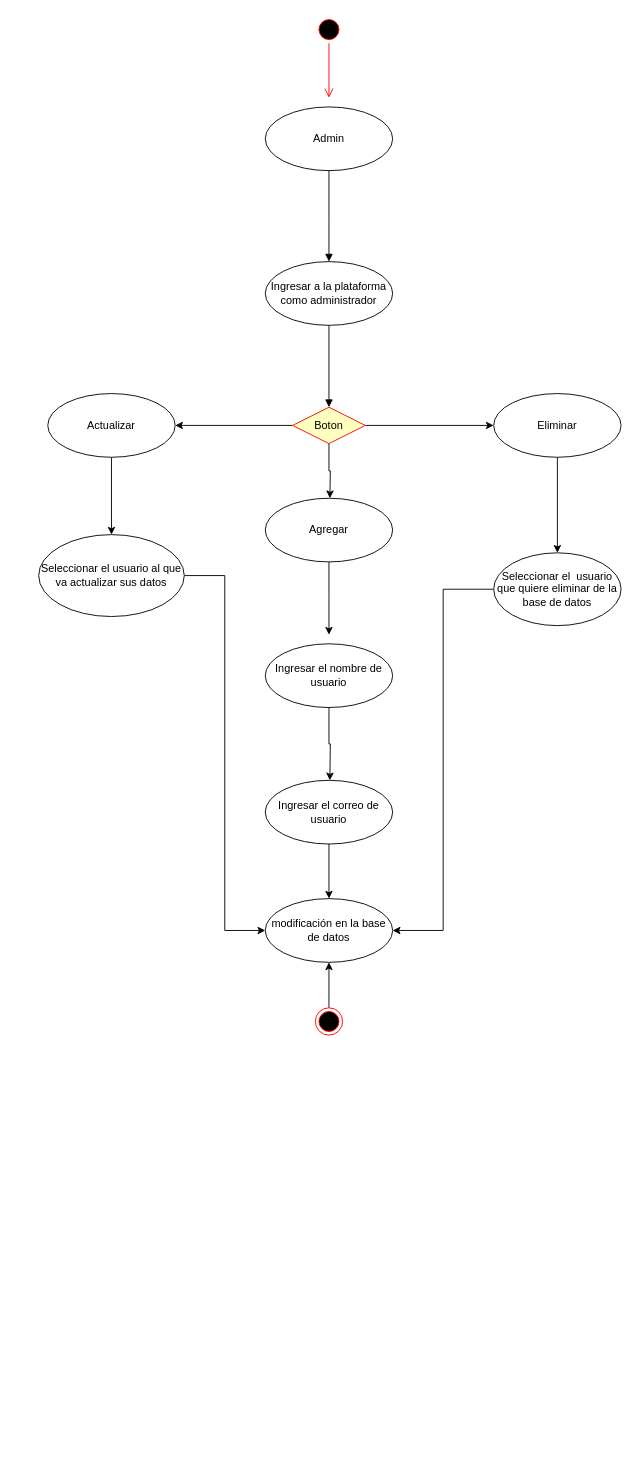
mateo1761/viernes11 keeps this draw.io diagram as Producto.drawio. Above is the earlier version. Source tidied: cells renumbered, new cells numbered last; positions are measured from the earlier drawing's top-left corner, leaving out a move shared by most shapes. Both pictures are drawn from the tidied source at 91%, with x=0, y=0 at pixel (38, 15).
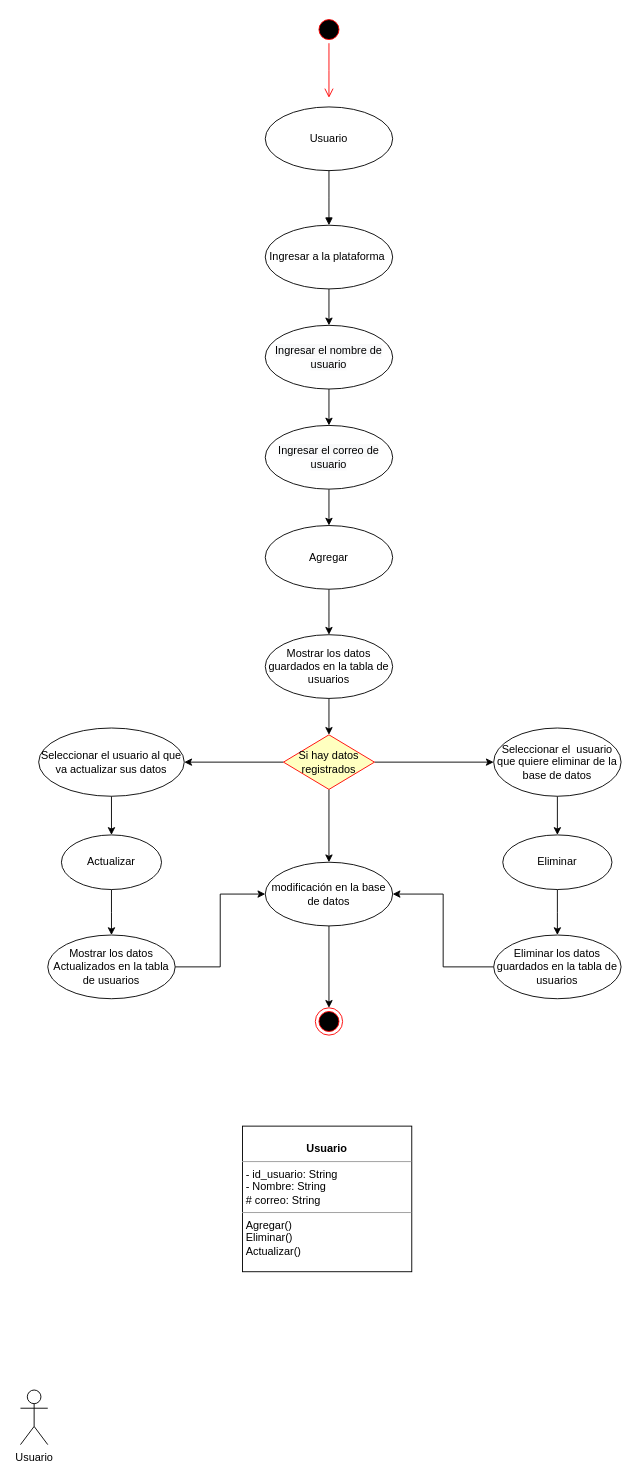
The same diagram, later.

Change to the diagram source:
```diff
@@
-    <mxCell id="4" value="Admin" style="ellipse;whiteSpace=wrap;html=1;" parent="1" vertex="1">
+    <mxCell id="4" value="Usuario" style="ellipse;whiteSpace=wrap;html=1;" parent="1" vertex="1">
       <mxGeometry x="249" y="100" width="140" height="70" as="geometry" />
     </mxCell>
     <mxCell id="5" value="&lt;br&gt;" style="html=1;verticalAlign=bottom;endArrow=block;rounded=0;edgeStyle=orthogonalEdgeStyle;exitX=0.5;exitY=1;exitDx=0;exitDy=0;" parent="1" edge="1" source="4">
       <mxGeometry relative="1" as="geometry">
-        <mxPoint x="319" y="270" as="targetPoint" />
+        <mxPoint x="319" y="230" as="targetPoint" />
       </mxGeometry>
     </mxCell>
+    <mxCell id="29" style="edgeStyle=orthogonalEdgeStyle;rounded=0;jettySize=auto;html=1;" parent="1" edge="1" source="6" target="19">
+      <mxGeometry relative="1" as="geometry" />
+    </mxCell>
-    <mxCell id="6" value="Ingresar a la plataforma como administrador" style="ellipse;whiteSpace=wrap;html=1;" parent="1" vertex="1">
-      <mxGeometry x="249" y="270" width="140" height="70" as="geometry" />
+    <mxCell id="6" value="Ingresar a la plataforma&amp;nbsp;" style="ellipse;whiteSpace=wrap;html=1;" parent="1" vertex="1">
+      <mxGeometry x="249" y="230" width="140" height="70" as="geometry" />
     </mxCell>
-    <mxCell id="7" value="&lt;br&gt;" style="html=1;verticalAlign=bottom;endArrow=block;rounded=0;edgeStyle=orthogonalEdgeStyle;exitX=0.5;exitY=1;exitDx=0;exitDy=0;" parent="1" edge="1" source="6">
-      <mxGeometry relative="1" as="geometry">
-        <mxPoint x="319" y="430" as="targetPoint" />
-        <Array as="points">
-          <mxPoint x="319" y="420" />
-        </Array>
-      </mxGeometry>
-    </mxCell>
+    <mxCell id="9" style="edgeStyle=orthogonalEdgeStyle;rounded=0;jettySize=auto;html=1;entryX=0;entryY=0.5;entryDx=0;entryDy=0;" parent="1" edge="1" source="11" target="13">
+      <mxGeometry relative="1" as="geometry" />
+    </mxCell>
-    <mxCell id="8" style="edgeStyle=orthogonalEdgeStyle;rounded=0;jettySize=auto;html=1;exitX=0;exitY=0.5;exitDx=0;exitDy=0;entryX=1;entryY=0.5;entryDx=0;entryDy=0;" parent="1" edge="1" source="11" target="17">
+    <mxCell id="8" style="edgeStyle=orthogonalEdgeStyle;rounded=0;jettySize=auto;html=1;entryX=1;entryY=0.5;entryDx=0;entryDy=0;" parent="1" edge="1" source="11" target="17">
       <mxGeometry relative="1" as="geometry" />
     </mxCell>
-    <mxCell id="9" style="edgeStyle=orthogonalEdgeStyle;rounded=0;jettySize=auto;html=1;exitX=1;exitY=0.5;exitDx=0;exitDy=0;entryX=0;entryY=0.5;entryDx=0;entryDy=0;" parent="1" edge="1" source="11" target="13">
-      <mxGeometry relative="1" as="geometry" />
-    </mxCell>
-    <mxCell id="10" style="edgeStyle=orthogonalEdgeStyle;rounded=0;jettySize=auto;html=1;exitX=0.5;exitY=1;exitDx=0;exitDy=0;" parent="1" edge="1" source="11">
-      <mxGeometry relative="1" as="geometry">
-        <mxPoint x="320" y="530" as="targetPoint" />
-      </mxGeometry>
-    </mxCell>
+    <mxCell id="30" style="edgeStyle=orthogonalEdgeStyle;rounded=0;jettySize=auto;html=1;" parent="1" edge="1" source="11" target="24">
+      <mxGeometry relative="1" as="geometry" />
+    </mxCell>
-    <mxCell id="11" value="Boton&lt;br&gt;" style="rhombus;whiteSpace=wrap;html=1;fillColor=#ffffc0;strokeColor=#ff0000;" parent="1" vertex="1">
-      <mxGeometry x="279" y="430" width="80" height="40" as="geometry" />
+    <mxCell id="11" value="Si hay datos registrados&lt;br&gt;" style="rhombus;whiteSpace=wrap;html=1;fillColor=#ffffc0;strokeColor=#ff0000;" parent="1" vertex="1">
+      <mxGeometry x="269" y="790" width="100" height="60" as="geometry" />
     </mxCell>
-    <mxCell id="12" style="edgeStyle=orthogonalEdgeStyle;rounded=0;jettySize=auto;html=1;" parent="1" edge="1" source="13">
-      <mxGeometry relative="1" as="geometry">
-        <mxPoint x="570" y="590" as="targetPoint" />
-      </mxGeometry>
-    </mxCell>
+    <mxCell id="31" style="edgeStyle=orthogonalEdgeStyle;rounded=0;jettySize=auto;html=1;entryX=0.5;entryY=0;entryDx=0;entryDy=0;" parent="1" edge="1" source="13" target="21">
+      <mxGeometry relative="1" as="geometry" />
+    </mxCell>
-    <mxCell id="13" value="Eliminar" style="ellipse;whiteSpace=wrap;html=1;" parent="1" vertex="1">
-      <mxGeometry x="500" y="415" width="140" height="70" as="geometry" />
+    <mxCell id="13" value="&lt;span&gt;Seleccionar el&amp;nbsp; usuario que quiere eliminar de la base de datos&lt;/span&gt;" style="ellipse;whiteSpace=wrap;html=1;" parent="1" vertex="1">
+      <mxGeometry x="500" y="782.5" width="140" height="75" as="geometry" />
     </mxCell>
-    <mxCell id="14" style="edgeStyle=orthogonalEdgeStyle;rounded=0;jettySize=auto;html=1;exitX=0.5;exitY=1;exitDx=0;exitDy=0;" parent="1" edge="1" source="15">
-      <mxGeometry relative="1" as="geometry">
-        <mxPoint x="319" y="680" as="targetPoint" />
-      </mxGeometry>
-    </mxCell>
-    <mxCell id="15" value="Agregar" style="ellipse;whiteSpace=wrap;html=1;" parent="1" vertex="1">
-      <mxGeometry x="249" y="530" width="140" height="70" as="geometry" />
-    </mxCell>
@@
-    <mxCell id="17" value="Actualizar" style="ellipse;whiteSpace=wrap;html=1;" parent="1" vertex="1">
-      <mxGeometry x="10" y="415" width="140" height="70" as="geometry" />
+    <mxCell id="17" value="&lt;span&gt;Seleccionar el usuario al que va actualizar sus datos&lt;/span&gt;" style="ellipse;whiteSpace=wrap;html=1;" parent="1" vertex="1">
+      <mxGeometry y="782.5" width="160" height="75" as="geometry" />
     </mxCell>
-    <mxCell id="18" style="edgeStyle=orthogonalEdgeStyle;rounded=0;jettySize=auto;html=1;" parent="1" edge="1" source="19">
-      <mxGeometry relative="1" as="geometry">
-        <mxPoint x="320" y="840" as="targetPoint" />
-      </mxGeometry>
-    </mxCell>
+    <mxCell id="32" style="edgeStyle=orthogonalEdgeStyle;rounded=0;jettySize=auto;html=1;" parent="1" edge="1" source="21">
+      <mxGeometry relative="1" as="geometry">
+        <mxPoint x="570" y="1010" as="targetPoint" />
+      </mxGeometry>
+    </mxCell>
+    <mxCell id="21" value="Eliminar" style="ellipse;whiteSpace=wrap;html=1;" parent="1" vertex="1">
+      <mxGeometry x="510" y="900" width="120" height="60" as="geometry" />
+    </mxCell>
+    <mxCell id="33" style="edgeStyle=orthogonalEdgeStyle;rounded=0;jettySize=auto;html=1;" parent="1" edge="1" source="23">
+      <mxGeometry relative="1" as="geometry">
+        <mxPoint x="80" y="1010" as="targetPoint" />
+      </mxGeometry>
+    </mxCell>
+    <mxCell id="23" value="Actualizar" style="ellipse;whiteSpace=wrap;html=1;" parent="1" vertex="1">
+      <mxGeometry x="25" y="900" width="110" height="60" as="geometry" />
+    </mxCell>
+    <mxCell id="34" style="edgeStyle=orthogonalEdgeStyle;rounded=0;jettySize=auto;html=1;entryX=0.5;entryY=0;entryDx=0;entryDy=0;" parent="1" edge="1" source="24" target="28">
+      <mxGeometry relative="1" as="geometry" />
+    </mxCell>
+    <mxCell id="24" value="modificación en la base de datos" style="ellipse;whiteSpace=wrap;html=1;" parent="1" vertex="1">
+      <mxGeometry x="249" y="930" width="140" height="70" as="geometry" />
+    </mxCell>
+    <mxCell id="28" style="ellipse;html=1;shape=endState;fillColor=#000000;strokeColor=#ff0000;" parent="1" vertex="1">
+      <mxGeometry x="304" y="1090" width="30" height="30" as="geometry" />
+    </mxCell>
+    <mxCell id="35" value="&lt;p style=&quot;margin: 0px ; margin-top: 4px ; text-align: center&quot;&gt;&lt;br&gt;&lt;b&gt;Usuario&lt;/b&gt;&lt;/p&gt;&lt;hr size=&quot;1&quot;&gt;&lt;p style=&quot;margin: 0px ; margin-left: 4px&quot;&gt;- id_usuario: String&lt;br&gt;- Nombre: String&lt;/p&gt;&lt;p style=&quot;margin: 0px ; margin-left: 4px&quot;&gt;# correo: String&lt;/p&gt;&lt;hr size=&quot;1&quot;&gt;&lt;p style=&quot;margin: 0px ; margin-left: 4px&quot;&gt;Agregar()&lt;br&gt;Eliminar()&lt;/p&gt;&lt;p style=&quot;margin: 0px ; margin-left: 4px&quot;&gt;Actualizar()&lt;/p&gt;" style="verticalAlign=top;align=left;overflow=fill;fontSize=12;fontFamily=Helvetica;html=1;" parent="1" vertex="1">
+      <mxGeometry x="224" y="1220" width="186" height="160" as="geometry" />
+    </mxCell>
+    <mxCell id="36" value="Usuario&lt;br&gt;" style="shape=umlActor;verticalLabelPosition=bottom;verticalAlign=top;html=1;" parent="1" vertex="1">
+      <mxGeometry x="-20" y="1510" width="30" height="60" as="geometry" />
+    </mxCell>
+    <mxCell id="37" style="edgeStyle=orthogonalEdgeStyle;rounded=0;jettySize=auto;html=1;entryX=0.5;entryY=0;entryDx=0;entryDy=0;" parent="1" edge="1" source="19" target="26">
+      <mxGeometry relative="1" as="geometry" />
+    </mxCell>
-    <mxCell id="19" value="Ingresar el nombre de usuario" style="ellipse;whiteSpace=wrap;html=1;" parent="1" vertex="1">
-      <mxGeometry x="249" y="690" width="140" height="70" as="geometry" />
+    <mxCell id="19" value="&#10;&#10;&lt;span style=&quot;color: rgb(0, 0, 0); font-family: helvetica; font-size: 12px; font-style: normal; font-weight: 400; letter-spacing: normal; text-align: center; text-indent: 0px; text-transform: none; word-spacing: 0px; background-color: rgb(248, 249, 250); display: inline; float: none;&quot;&gt;Ingresar el nombre de usuario&lt;/span&gt;&#10;&#10;" style="ellipse;whiteSpace=wrap;html=1;" parent="1" vertex="1">
+      <mxGeometry x="249" y="340" width="140" height="70" as="geometry" />
     </mxCell>
-    <mxCell id="20" style="edgeStyle=orthogonalEdgeStyle;rounded=0;jettySize=auto;html=1;entryX=1;entryY=0.5;entryDx=0;entryDy=0;" parent="1" edge="1" source="21" target="24">
-      <mxGeometry relative="1" as="geometry" />
-    </mxCell>
-    <mxCell id="21" value="Seleccionar el&amp;nbsp; usuario que quiere eliminar de la base de datos" style="ellipse;whiteSpace=wrap;html=1;" parent="1" vertex="1">
-      <mxGeometry x="500" y="590" width="140" height="80" as="geometry" />
-    </mxCell>
-    <mxCell id="22" style="edgeStyle=orthogonalEdgeStyle;rounded=0;jettySize=auto;html=1;entryX=0;entryY=0.5;entryDx=0;entryDy=0;" parent="1" edge="1" source="23" target="24">
-      <mxGeometry relative="1" as="geometry" />
-    </mxCell>
-    <mxCell id="23" value="Seleccionar el usuario al que va actualizar sus datos" style="ellipse;whiteSpace=wrap;html=1;" parent="1" vertex="1">
-      <mxGeometry y="570" width="160" height="90" as="geometry" />
-    </mxCell>
-    <mxCell id="24" value="modificación en la base de datos" style="ellipse;whiteSpace=wrap;html=1;" parent="1" vertex="1">
-      <mxGeometry x="249" y="970" width="140" height="70" as="geometry" />
-    </mxCell>
-    <mxCell id="25" style="edgeStyle=orthogonalEdgeStyle;rounded=0;jettySize=auto;html=1;entryX=0.5;entryY=0;entryDx=0;entryDy=0;" parent="1" edge="1" source="26" target="24">
-      <mxGeometry relative="1" as="geometry" />
-    </mxCell>
+    <mxCell id="38" style="edgeStyle=orthogonalEdgeStyle;rounded=0;jettySize=auto;html=1;entryX=0.5;entryY=0;entryDx=0;entryDy=0;" parent="1" edge="1" source="26" target="15">
+      <mxGeometry relative="1" as="geometry" />
+    </mxCell>
-    <mxCell id="26" value="Ingresar el correo de usuario" style="ellipse;whiteSpace=wrap;html=1;" parent="1" vertex="1">
-      <mxGeometry x="249" y="840" width="140" height="70" as="geometry" />
+    <mxCell id="26" value="&#10;&#10;&lt;span style=&quot;color: rgb(0, 0, 0); font-family: helvetica; font-size: 12px; font-style: normal; font-weight: 400; letter-spacing: normal; text-align: center; text-indent: 0px; text-transform: none; word-spacing: 0px; background-color: rgb(248, 249, 250); display: inline; float: none;&quot;&gt;Ingresar el correo de usuario&lt;/span&gt;&#10;&#10;" style="ellipse;whiteSpace=wrap;html=1;" parent="1" vertex="1">
+      <mxGeometry x="249" y="450" width="140" height="70" as="geometry" />
     </mxCell>
-    <mxCell id="27" style="edgeStyle=orthogonalEdgeStyle;rounded=0;jettySize=auto;html=1;entryX=0.5;entryY=1;entryDx=0;entryDy=0;" parent="1" edge="1" source="28" target="24">
-      <mxGeometry relative="1" as="geometry" />
-    </mxCell>
-    <mxCell id="28" style="ellipse;html=1;shape=endState;fillColor=#000000;strokeColor=#ff0000;" parent="1" vertex="1">
-      <mxGeometry x="304" y="1090" width="30" height="30" as="geometry" />
-    </mxCell>
+    <mxCell id="39" style="edgeStyle=orthogonalEdgeStyle;rounded=0;jettySize=auto;html=1;" parent="1" edge="1" source="15">
+      <mxGeometry relative="1" as="geometry">
+        <mxPoint x="319" y="680" as="targetPoint" />
+      </mxGeometry>
+    </mxCell>
+    <mxCell id="15" value="Agregar" style="ellipse;whiteSpace=wrap;html=1;" parent="1" vertex="1">
+      <mxGeometry x="249" y="560" width="140" height="70" as="geometry" />
+    </mxCell>
+    <mxCell id="40" style="edgeStyle=orthogonalEdgeStyle;rounded=0;jettySize=auto;html=1;entryX=0.5;entryY=0;entryDx=0;entryDy=0;" parent="1" edge="1" source="41" target="11">
+      <mxGeometry relative="1" as="geometry" />
+    </mxCell>
+    <mxCell id="41" value="Mostrar los datos guardados en la tabla de usuarios" style="ellipse;whiteSpace=wrap;html=1;" parent="1" vertex="1">
+      <mxGeometry x="249" y="680" width="140" height="70" as="geometry" />
+    </mxCell>
+    <mxCell id="42" style="edgeStyle=orthogonalEdgeStyle;rounded=0;jettySize=auto;html=1;entryX=0;entryY=0.5;entryDx=0;entryDy=0;" parent="1" edge="1" source="43" target="24">
+      <mxGeometry relative="1" as="geometry" />
+    </mxCell>
+    <mxCell id="43" value="Mostrar los datos Actualizados en la tabla de usuarios" style="ellipse;whiteSpace=wrap;html=1;" parent="1" vertex="1">
+      <mxGeometry x="10" y="1010" width="140" height="70" as="geometry" />
+    </mxCell>
+    <mxCell id="44" style="edgeStyle=orthogonalEdgeStyle;rounded=0;jettySize=auto;html=1;entryX=1;entryY=0.5;entryDx=0;entryDy=0;" parent="1" edge="1" source="45" target="24">
+      <mxGeometry relative="1" as="geometry" />
+    </mxCell>
+    <mxCell id="45" value="Eliminar los datos guardados en la tabla de usuarios" style="ellipse;whiteSpace=wrap;html=1;" parent="1" vertex="1">
+      <mxGeometry x="500" y="1010" width="140" height="70" as="geometry" />
+    </mxCell>
```
